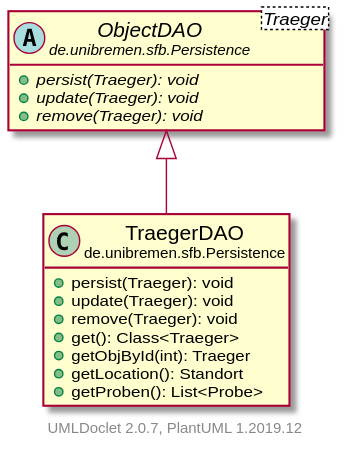
Earlier version of the PlantUML export doc/UML/modulsichtSVG/TraegerDAO.svg (fkehlenb/softwareprojekt-2). Source of this version:
```plantuml
@startuml
    set namespaceSeparator none
    hide empty fields
    hide empty methods

    class "<size:14>TraegerDAO\n<size:10>de.unibremen.sfb.Persistence" as de.unibremen.sfb.Persistence.TraegerDAO [[TraegerDAO.html]] {
        +persist(Traeger): void
        +update(Traeger): void
        +remove(Traeger): void
        +get(): Class<Traeger>
        +getObjById(int): Traeger
        +getLocation(): Standort
        +getProben(): List<Probe>
    }

    abstract class "<size:14>ObjectDAO\n<size:10>de.unibremen.sfb.Persistence" as de.unibremen.sfb.Persistence.ObjectDAO<Traeger> [[ObjectDAO.html]] {
        {abstract} +persist(Traeger): void
        {abstract} +update(Traeger): void
        {abstract} +remove(Traeger): void
    }

    de.unibremen.sfb.Persistence.ObjectDAO <|-- de.unibremen.sfb.Persistence.TraegerDAO

    center footer UMLDoclet 2.0.7, PlantUML 1.2019.12
@enduml
```
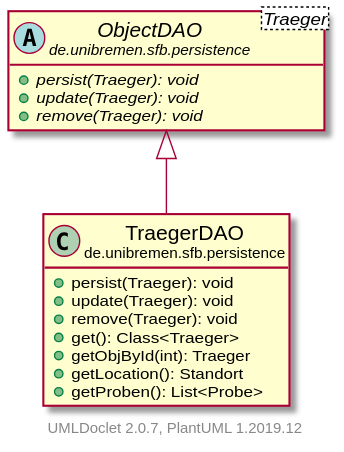
Later version of the same file.

Change to the diagram source:
```diff
@@ -3,7 +3,7 @@
     hide empty fields
     hide empty methods
 
-    class "<size:14>TraegerDAO\n<size:10>de.unibremen.sfb.Persistence" as de.unibremen.sfb.Persistence.TraegerDAO [[TraegerDAO.html]] {
+    class "<size:14>TraegerDAO\n<size:10>de.unibremen.sfb.persistence" as de.unibremen.sfb.persistence.TraegerDAO [[TraegerDAO.html]] {
         +persist(Traeger): void
         +update(Traeger): void
         +remove(Traeger): void
@@ -13,13 +13,13 @@
         +getProben(): List<Probe>
     }
 
-    abstract class "<size:14>ObjectDAO\n<size:10>de.unibremen.sfb.Persistence" as de.unibremen.sfb.Persistence.ObjectDAO<Traeger> [[ObjectDAO.html]] {
+    abstract class "<size:14>ObjectDAO\n<size:10>de.unibremen.sfb.persistence" as de.unibremen.sfb.persistence.ObjectDAO<Traeger> [[ObjectDAO.html]] {
         {abstract} +persist(Traeger): void
         {abstract} +update(Traeger): void
         {abstract} +remove(Traeger): void
     }
 
-    de.unibremen.sfb.Persistence.ObjectDAO <|-- de.unibremen.sfb.Persistence.TraegerDAO
+    de.unibremen.sfb.persistence.ObjectDAO <|-- de.unibremen.sfb.persistence.TraegerDAO
 
     center footer UMLDoclet 2.0.7, PlantUML 1.2019.12
 @enduml
```
